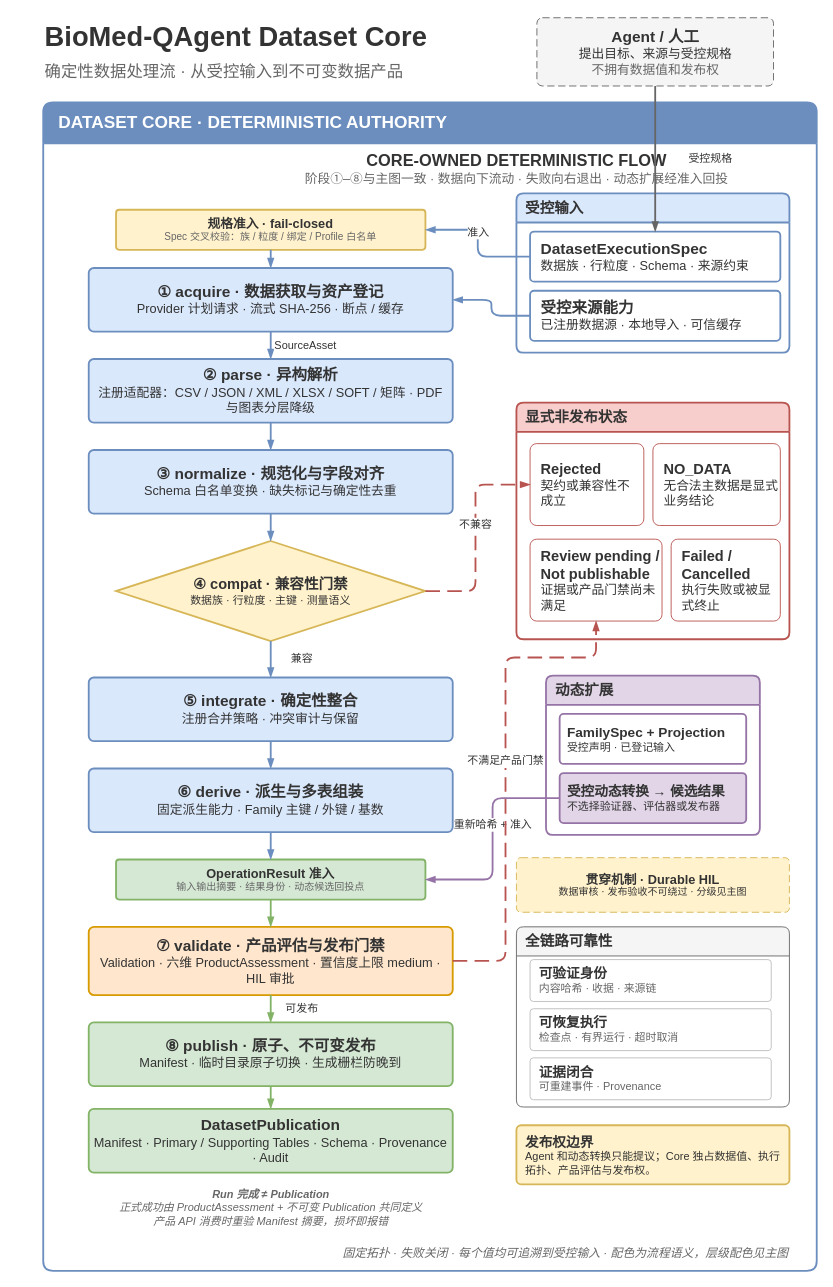
This is docs/architecture/biomed-qagent-core-deterministic-flow.drawio from Lidozs55/BioMed-QAgent, a draw.io file, before an edit. Source tidied: cells renumbered, new cells numbered last; positions are measured from the earlier drawing's top-left corner, leaving out a move shared by most shapes. Both pictures are drawn from the tidied source at 91%, with x=0, y=0 at pixel (43, 15).
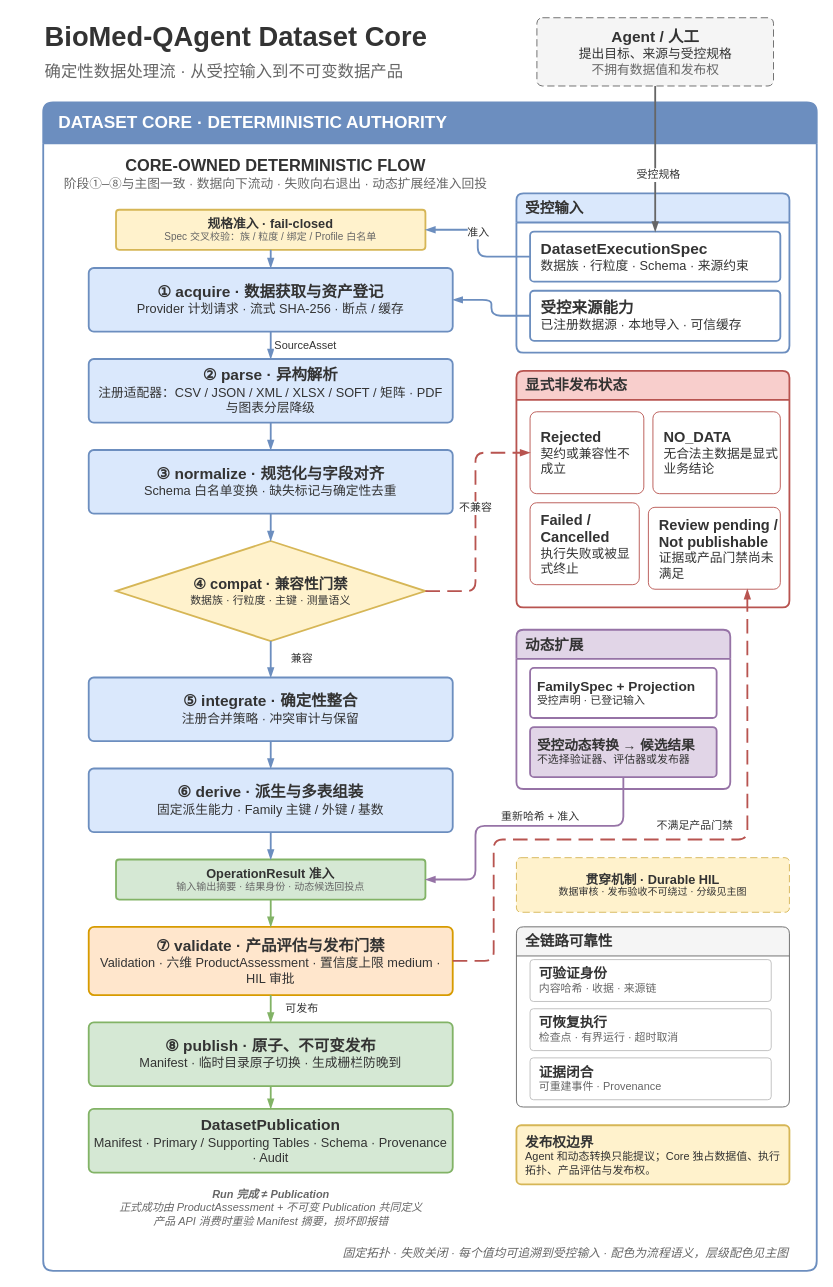
The same page after the edit.

Commit message (it also covers changes not shown here):
docs(core): hand-tuned detail layout with gap-lane failure routing

Unchanged cells that the change refers to:
```xml
<mxCell id="4" value="&lt;font style=&quot;font-size:17px;&quot;&gt;&lt;b&gt;Agent / 人工&lt;/b&gt;&lt;/font&gt;&#10;提出目标、来源与受控规格&#10;&lt;font color=&quot;#666666&quot;&gt;不拥有数据值和发布权&lt;/font&gt;" style="rounded=1;arcSize=8;whiteSpace=wrap;html=1;align=center;verticalAlign=middle;fontSize=14;fontColor=#333333;fillColor=#F5F5F5;strokeColor=#666666;strokeWidth=1;dashed=1;dashPattern=8 4;spacing=4;" parent="1" vertex="1">
  <mxGeometry x="542.5" y="2" width="260" height="75" as="geometry" />
</mxCell>
<mxCell id="5" value="DATASET CORE · DETERMINISTIC AUTHORITY" style="swimlane;startSize=45;horizontal=1;rounded=1;arcSize=8;whiteSpace=wrap;html=1;fontSize=19;fontStyle=1;fontColor=#FFFFFF;fillColor=#6C8EBF;swimlaneFillColor=#FFFFFF;strokeColor=#6C8EBF;strokeWidth=2;spacingLeft=15;align=left;" parent="1" vertex="1">
  <mxGeometry y="95" width="850" height="1284" as="geometry" />
</mxCell>
<mxCell id="11" value="&lt;font style=&quot;font-size:16px;&quot;&gt;&lt;b&gt;④ compat · 兼容性门禁&lt;/b&gt;&lt;/font&gt;&#10;&lt;font style=&quot;font-size:12px;&quot;&gt;数据族 · 行粒度 · 主键 · 测量语义&lt;/font&gt;" style="rhombus;whiteSpace=wrap;html=1;align=center;verticalAlign=middle;fontSize=14;fontColor=#333333;fillColor=#FFF2CC;strokeColor=#D6B656;strokeWidth=2;spacing=3;" parent="5" vertex="1">
  <mxGeometry x="80" y="482" width="340" height="110" as="geometry" />
</mxCell>
<mxCell id="14" value="&lt;font style=&quot;font-size:14px;&quot;&gt;&lt;b&gt;OperationResult 准入&lt;/b&gt;&lt;/font&gt;&#10;&lt;font color=&quot;#666666&quot;&gt;输入输出摘要 · 结果身份 · 动态候选回投点&lt;/font&gt;" style="rounded=1;arcSize=8;whiteSpace=wrap;html=1;align=center;verticalAlign=middle;fontSize=11;fontColor=#333333;fillColor=#D5E8D4;strokeColor=#82B366;strokeWidth=2;spacing=2;" parent="5" vertex="1">
  <mxGeometry x="80" y="832" width="340" height="44" as="geometry" />
</mxCell>
<mxCell id="15" value="&lt;font style=&quot;font-size:17px;&quot;&gt;&lt;b&gt;⑦ validate · 产品评估与发布门禁&lt;/b&gt;&lt;/font&gt;&#10;Validation · 六维 ProductAssessment · 置信度上限 medium · HIL 审批" style="rounded=1;arcSize=8;whiteSpace=wrap;html=1;align=center;verticalAlign=middle;fontSize=14;fontColor=#333333;fillColor=#FFE6CC;strokeColor=#D79B00;strokeWidth=2;spacing=4;" parent="5" vertex="1">
  <mxGeometry x="50" y="906" width="400" height="75" as="geometry" />
</mxCell>
<mxCell id="19" value="&lt;font style=&quot;font-size:17px;&quot;&gt;&lt;b&gt;DatasetExecutionSpec&lt;/b&gt;&lt;/font&gt;&#10;数据族 · 行粒度 · Schema · 来源约束" style="rounded=1;arcSize=8;whiteSpace=wrap;html=1;align=left;verticalAlign=middle;fontSize=14;fontColor=#333333;fillColor=#FFFFFF;strokeColor=#6C8EBF;strokeWidth=2;spacing=4;spacingLeft=8;" parent="18" vertex="1">
  <mxGeometry x="15" y="42" width="275" height="55" as="geometry" />
</mxCell>
<mxCell id="22" value="&lt;font style=&quot;font-size:16px;&quot;&gt;&lt;b&gt;Rejected&lt;/b&gt;&lt;/font&gt;&#10;契约或兼容性不成立" style="rounded=1;arcSize=8;whiteSpace=wrap;html=1;align=left;verticalAlign=middle;fontSize=14;fontColor=#333333;fillColor=#FFFFFF;strokeColor=#B85450;spacing=4;spacingLeft=8;" parent="21" vertex="1">
  <mxGeometry x="15" y="45" width="125" height="90" as="geometry" />
</mxCell>
<mxCell id="28" value="&lt;font style=&quot;font-size:15px;&quot;&gt;&lt;b&gt;受控动态转换 → 候选结果&lt;/b&gt;&lt;/font&gt;&#10;不选择验证器、评估器或发布器" style="rounded=1;arcSize=8;whiteSpace=wrap;html=1;align=left;verticalAlign=middle;fontSize=12;fontColor=#333333;fillColor=#E1D5E7;strokeColor=#9673A6;strokeWidth=2;spacing=2;spacingLeft=6;" parent="26" vertex="1">
  <mxGeometry x="15" y="107" width="205" height="55" as="geometry" />
</mxCell>
```

The edit, as a diff of the source:
```diff
@@
     <mxCell id="6" value="&lt;font style=&quot;font-size:18px;&quot;&gt;&lt;b&gt;CORE-OWNED DETERMINISTIC FLOW&lt;/b&gt;&lt;/font&gt;&#10;&lt;font color=&quot;#666666&quot;&gt;阶段①–⑧与主图一致 · 数据向下流动 · 失败向右退出 · 动态扩展经准入回投&lt;/font&gt;" style="text;html=1;align=center;verticalAlign=middle;fontSize=14;fontColor=#333333;" parent="5" vertex="1">
-      <mxGeometry x="235" y="52" width="570" height="42" as="geometry" />
+      <mxGeometry x="-30" y="58" width="570" height="42" as="geometry" />
     </mxCell>
@@
     <mxCell id="21" value="显式非发布状态" style="swimlane;startSize=32;horizontal=1;rounded=1;arcSize=8;whiteSpace=wrap;html=1;fontSize=16;fontStyle=1;fontColor=#333333;fillColor=#F8CECC;swimlaneFillColor=#FFFFFF;strokeColor=#B85450;strokeWidth=2;spacingLeft=8;align=left;" parent="5" vertex="1">
-      <mxGeometry x="520" y="330" width="300" height="260" as="geometry" />
+      <mxGeometry x="520" y="295" width="300" height="260" as="geometry" />
     </mxCell>
@@
     <mxCell id="24" value="&lt;font style=&quot;font-size:16px;&quot;&gt;&lt;b&gt;Review pending / Not publishable&lt;/b&gt;&lt;/font&gt;&#10;证据或产品门禁尚未满足" style="rounded=1;arcSize=8;whiteSpace=wrap;html=1;align=left;verticalAlign=middle;fontSize=14;fontColor=#333333;fillColor=#FFFFFF;strokeColor=#B85450;spacing=4;spacingLeft=8;" parent="21" vertex="1">
-      <mxGeometry x="15" y="150" width="145" height="90" as="geometry" />
+      <mxGeometry x="145" y="150" width="145" height="90" as="geometry" />
     </mxCell>
     <mxCell id="25" value="&lt;font style=&quot;font-size:16px;&quot;&gt;&lt;b&gt;Failed / Cancelled&lt;/b&gt;&lt;/font&gt;&#10;执行失败或被显式终止" style="rounded=1;arcSize=8;whiteSpace=wrap;html=1;align=left;verticalAlign=middle;fontSize=14;fontColor=#333333;fillColor=#FFFFFF;strokeColor=#B85450;spacing=4;spacingLeft=8;" parent="21" vertex="1">
-      <mxGeometry x="170" y="150" width="120" height="90" as="geometry" />
+      <mxGeometry x="15" y="145" width="120" height="90" as="geometry" />
     </mxCell>
     <mxCell id="26" value="动态扩展" style="swimlane;startSize=32;horizontal=1;rounded=1;arcSize=8;whiteSpace=wrap;html=1;fontSize=16;fontStyle=1;fontColor=#333333;fillColor=#E1D5E7;swimlaneFillColor=#FFFFFF;strokeColor=#9673A6;strokeWidth=2;spacingLeft=8;align=left;" parent="5" vertex="1">
-      <mxGeometry x="552.5" y="630" width="235" height="175" as="geometry" />
+      <mxGeometry x="520" y="579.5" width="235" height="175" as="geometry" />
     </mxCell>
@@
-    <mxCell id="37" value="受控规格" style="edgeStyle=orthogonalEdgeStyle;rounded=1;jettySize=auto;html=1;endArrow=blockThin;endFill=1;strokeColor=#666666;strokeWidth=2;fontSize=12;fontColor=#333333;labelBackgroundColor=#FFFFFF;exitX=0.5;exitY=1;entryX=0.5;entryY=0;" parent="1" edge="1" source="4" target="19">
-      <mxGeometry relative="1" as="geometry">
-        <mxPoint x="60" as="offset" />
-      </mxGeometry>
-    </mxCell>
@@
-    <mxCell id="47" value="重新哈希 + 准入" style="edgeStyle=orthogonalEdgeStyle;rounded=1;jettySize=auto;html=1;endArrow=blockThin;endFill=1;strokeColor=#9673A6;strokeWidth=2;fontSize=12;fontColor=#333333;labelBackgroundColor=#FFFFFF;exitX=0;exitY=0.5;entryX=1;entryY=0.5;" parent="5" edge="1" source="28" target="14">
-      <mxGeometry relative="1" as="geometry">
-        <mxPoint y="-16" as="offset" />
+    <mxCell id="47" value="重新哈希 + 准入" style="edgeStyle=orthogonalEdgeStyle;rounded=1;jettySize=auto;html=1;endArrow=blockThin;endFill=1;strokeColor=#9673A6;strokeWidth=2;fontSize=12;fontColor=#333333;labelBackgroundColor=#FFFFFF;exitX=0.5;exitY=1;entryX=1;entryY=0.5;exitDx=0;exitDy=0;" parent="5" edge="1" source="28" target="14">
+      <mxGeometry x="-0.12" y="-10" relative="1" as="geometry">
+        <Array as="points">
+          <mxPoint x="637" y="795" />
+          <mxPoint x="475" y="795" />
+          <mxPoint x="475" y="854" />
+        </Array>
       </mxGeometry>
     </mxCell>
@@
+    <mxCell id="52" value="不满足产品门禁" style="edgeStyle=orthogonalEdgeStyle;rounded=1;jettySize=auto;html=1;endArrow=blockThin;endFill=1;dashed=1;dashPattern=8 4;strokeColor=#B85450;strokeWidth=2;fontSize=12;fontColor=#333333;labelBackgroundColor=#FFFFFF;exitX=1;exitY=0.5;entryX=0.75;entryY=1;entryDx=0;entryDy=0;" parent="5" edge="1" source="15" target="24">
+      <mxGeometry x="0.09" y="15" relative="1" as="geometry">
+        <Array as="points">
+          <mxPoint x="495" y="944" />
+          <mxPoint x="495" y="810" />
+          <mxPoint x="774" y="810" />
+        </Array>
+      </mxGeometry>
+    </mxCell>
+    <mxCell id="37" value="受控规格" style="edgeStyle=orthogonalEdgeStyle;rounded=1;jettySize=auto;html=1;endArrow=blockThin;endFill=1;strokeColor=#666666;strokeWidth=2;fontSize=12;fontColor=#333333;labelBackgroundColor=#FFFFFF;exitX=0.5;exitY=1;entryX=0.5;entryY=0;" parent="1" edge="1" source="4" target="19">
+      <mxGeometry x="0.23" y="3" relative="1" as="geometry" />
+    </mxCell>
     <mxCell id="51" value="不兼容" style="edgeStyle=orthogonalEdgeStyle;rounded=1;jettySize=auto;html=1;endArrow=blockThin;endFill=1;dashed=1;dashPattern=8 4;strokeColor=#B85450;strokeWidth=2;fontSize=12;fontColor=#333333;labelBackgroundColor=#FFFFFF;exitX=1;exitY=0.5;entryX=0;entryY=0.5;" parent="1" edge="1" source="11" target="22">
       <mxGeometry relative="1" as="geometry">
         <Array as="points">
           <mxPoint x="475" y="632" />
-          <mxPoint x="475" y="515" />
+          <mxPoint x="475" y="480" />
         </Array>
         <mxPoint y="-12" as="offset" />
       </mxGeometry>
     </mxCell>
-    <mxCell id="52" value="不满足产品门禁" style="edgeStyle=orthogonalEdgeStyle;rounded=1;jettySize=auto;html=1;endArrow=blockThin;endFill=1;dashed=1;dashPattern=8 4;strokeColor=#B85450;strokeWidth=2;fontSize=12;fontColor=#333333;labelBackgroundColor=#FFFFFF;exitX=1;exitY=0.5;entryX=0.5;entryY=1;" parent="1" edge="1" source="15" target="24">
-      <mxGeometry relative="1" as="geometry">
-        <Array as="points">
-          <mxPoint x="508" y="1038" />
-          <mxPoint x="508" y="705" />
-          <mxPoint x="607" y="705" />
-        </Array>
-        <mxPoint y="-12" as="offset" />
-      </mxGeometry>
-    </mxCell>
```
